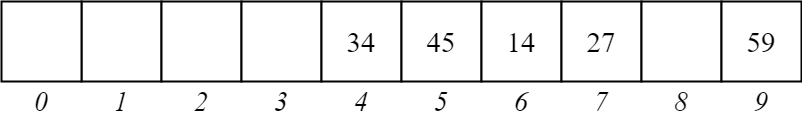
This is Ejercicio_11.1.png from FelipeAMC-2601/Diagramas, a draw.io export, as it was before one commit. Source tidied: cells renumbered, new cells last; positions are measured from the earlier drawing's top-left corner, leaving out a move shared by most shapes.
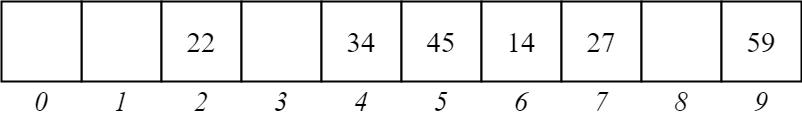
After the change.

Diff of the diagram source:
```diff
@@ -5,7 +5,7 @@
     <mxCell id="2" style="whiteSpace=wrap;html=1;strokeWidth=2;fontSize=13;" parent="1" vertex="1">
       <mxGeometry x="80" width="80" height="80" as="geometry" />
     </mxCell>
-    <mxCell id="3" style="whiteSpace=wrap;html=1;strokeWidth=2;fontSize=13;" parent="1" vertex="1">
+    <mxCell id="3" value="&lt;font face=&quot;Times New Roman&quot; style=&quot;font-size: 29px&quot;&gt;22&lt;/font&gt;" style="whiteSpace=wrap;html=1;strokeWidth=2;fontSize=13;" parent="1" vertex="1">
       <mxGeometry x="160" width="80" height="80" as="geometry" />
     </mxCell>
     <mxCell id="4" style="whiteSpace=wrap;html=1;strokeWidth=2;fontSize=13;" parent="1" vertex="1">
```
